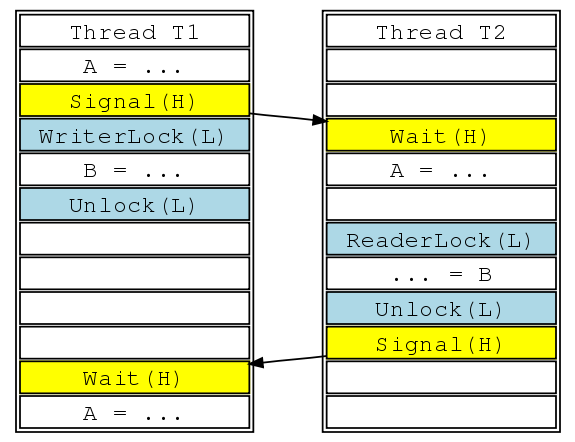
Before: msm/exa1.png, a diagram exported from Graphviz (spurious/ThreadSanitizer-mirror). Its source is kept beside it as msm/exa1.dot.
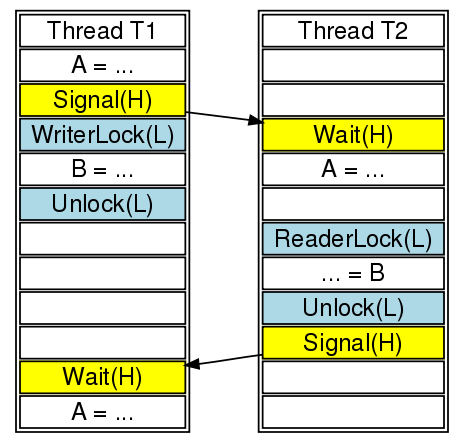
After the change.

Change to the diagram source:
```diff
@@ -1,8 +1,8 @@
 digraph exa1 {
   rankdir="LR"
-  node [shape=plaintext style="bold" fontname="Courier" rankdir="LR" labeljust="r" fontsize=18];
+  node [shape=plaintext fontname="Helvetica" rankdir="LR" labeljust="r" fontsize=18 ];
    T1  [label=<<TABLE BGCOLOR="white">
-      <tr>  <td port="0"> Thread T1 </td> </tr>
+      <tr>  <td port="0" > Thread T1 </td> </tr>
       <tr>  <td> A = ... </td> </tr>
       <tr>  <td bgcolor="yellow" port="signal"> Signal(H) </td> </tr>
       <tr>  <td bgcolor="lightblue"> WriterLock(L) </td> </tr>
```
